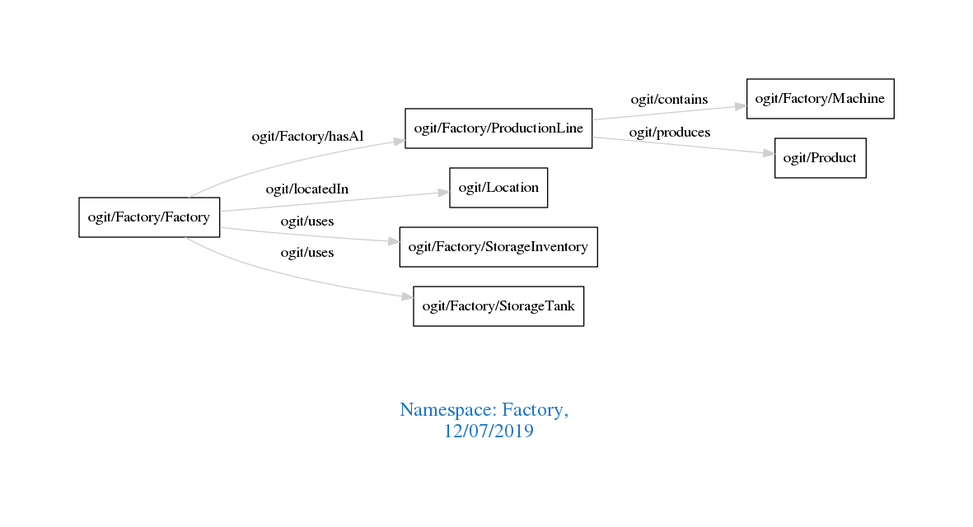
Earlier version of the Graphviz export downloads/Factory.png (arago/OGIT). Its source is kept beside it as downloads/Factory.dot.
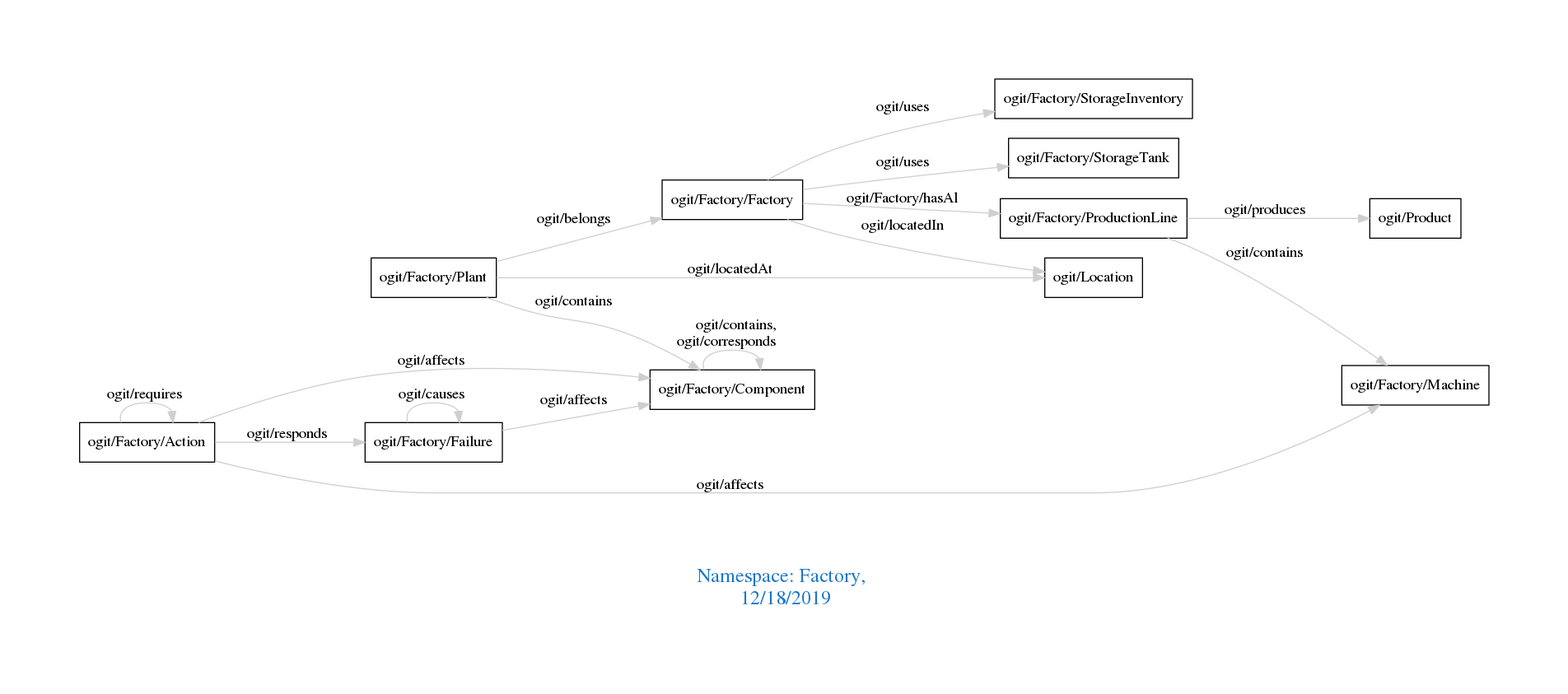
After the commit.

Change to the diagram source:
```diff
@@ -1,14 +1,24 @@
 digraph OGIT_ontology {
  graph [ rankdir= LR,pad=1
 fontsize = 18,
-fontcolor= dodgerblue3,label = "\n\n\nNamespace: Factory, \n 12/07/2019"];
+fontcolor= dodgerblue3,label = "\n\n\nNamespace: Factory, \n 12/18/2019"];
 node[shape=polygon];
 edge [  color="gray81"];
 
+   "ogit/Factory/Plant" -> "ogit/Factory/Component" [label="   ogit/contains    "];
    "ogit/Factory/ProductionLine" -> "ogit/Factory/Machine" [label="   ogit/contains    "];
    "ogit/Factory/Factory" -> "ogit/Factory/ProductionLine" [label="   ogit/Factory/hasAl    "];
+   "ogit/Factory/Plant" -> "ogit/Location" [label="   ogit/locatedAt    "];
    "ogit/Factory/Factory" -> "ogit/Location" [label="   ogit/locatedIn    "];
+   "ogit/Factory/Action" -> "ogit/Factory/Component" [label="   ogit/affects    "];
+   "ogit/Factory/Action" -> "ogit/Factory/Machine" [label="   ogit/affects    "];
+   "ogit/Factory/Failure" -> "ogit/Factory/Component" [label="   ogit/affects    "];
+   "ogit/Factory/Action" -> "ogit/Factory/Failure" [label="   ogit/responds    "];
    "ogit/Factory/ProductionLine" -> "ogit/Product" [label="   ogit/produces    "];
+   "ogit/Factory/Plant" -> "ogit/Factory/Factory" [label="   ogit/belongs    "];
    "ogit/Factory/Factory" -> "ogit/Factory/StorageInventory" [label="   ogit/uses    "];
    "ogit/Factory/Factory" -> "ogit/Factory/StorageTank" [label="   ogit/uses    "];
+   "ogit/Factory/Action" -> "ogit/Factory/Action" [label="   ogit/requires    "];
+   "ogit/Factory/Component" -> "ogit/Factory/Component" [label="   ogit/contains, \n ogit/corresponds    "];
+   "ogit/Factory/Failure" -> "ogit/Factory/Failure" [label="   ogit/causes    "];
 }
```
